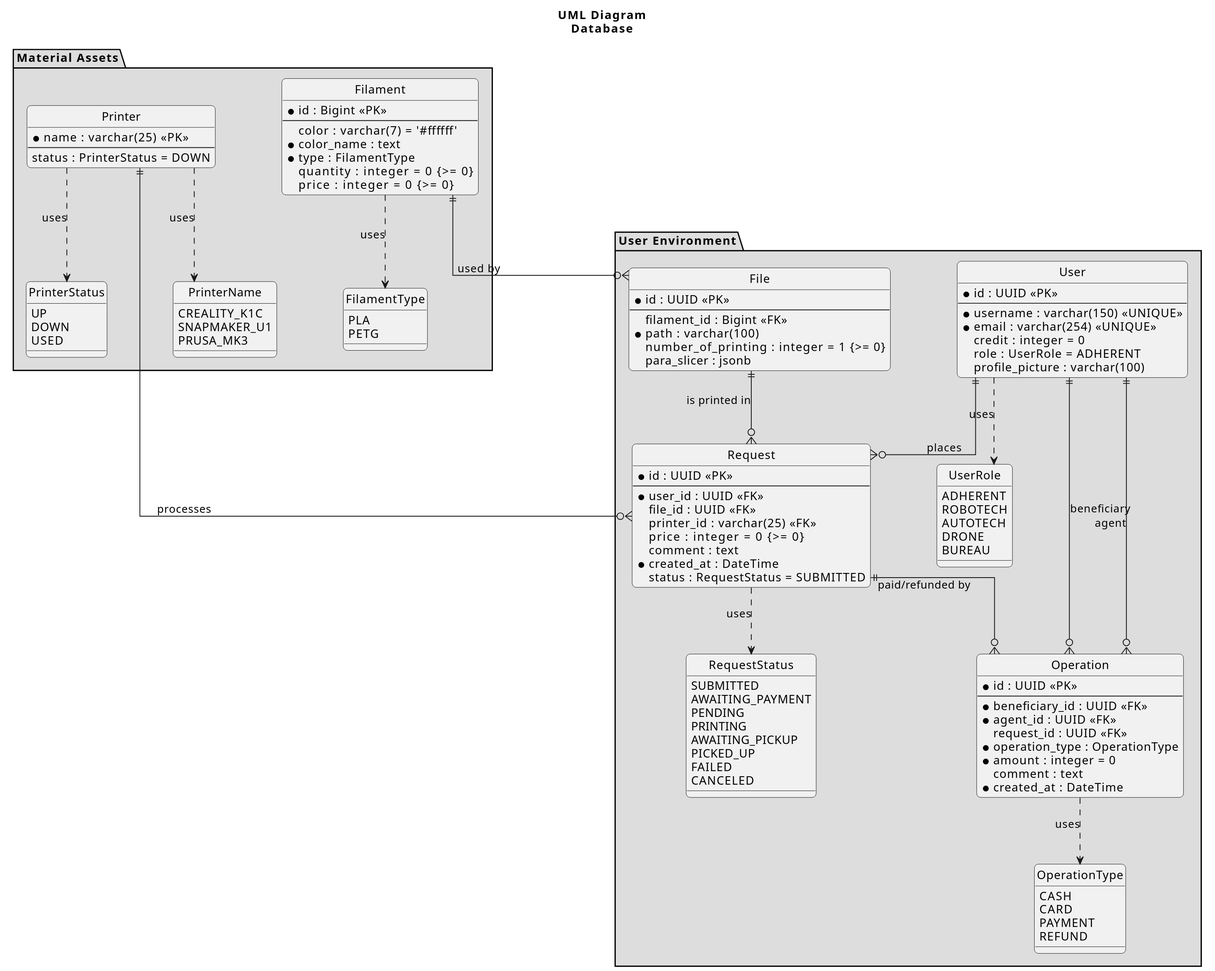
Above: Livrable/diagrams/db-diagram.svg in Association-INTech/prINTech (PlantUML), before the change.
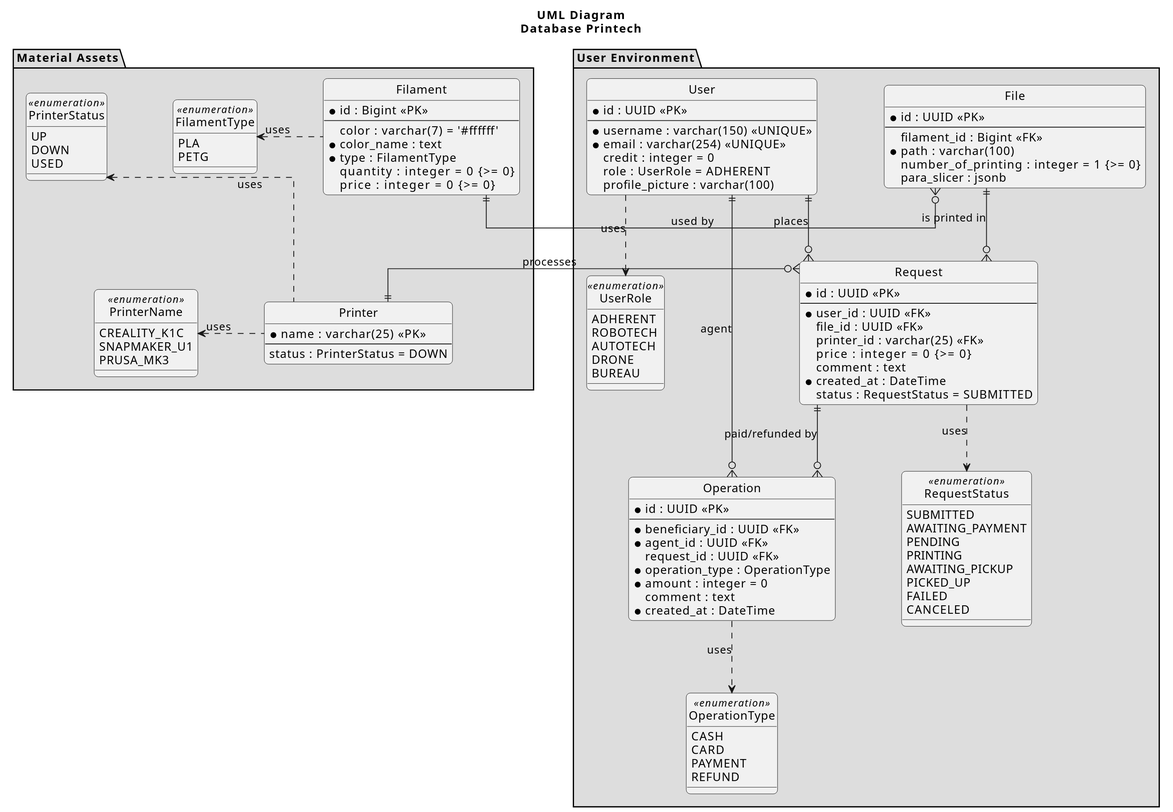
Above is the later version.

Diff of the diagram source:
```diff
@@ -1,5 +1,5 @@
 @startuml
-title UML Diagram\nDatabase
+title UML Diagram\nDatabase Printech
 scale 1.4
 hide circle
 skinparam linetype ortho
@@ -14,7 +14,7 @@
 
 package "User Environment" #DDDDDD {
 
-    enum UserRole {
+    enum UserRole <<enumeration>> {
         ADHERENT
         ROBOTECH
         AUTOTECH
@@ -22,7 +22,7 @@
         BUREAU
     }
 
-    enum RequestStatus {
+    enum RequestStatus <<enumeration>> {
         SUBMITTED
         AWAITING_PAYMENT
         PENDING
@@ -33,7 +33,7 @@
         CANCELED
     }
 
-    enum OperationType {
+    enum OperationType <<enumeration>> {
         CASH
         CARD
         PAYMENT
@@ -101,18 +101,18 @@
         price : integer = 0 {>= 0}
     }
 
-    enum FilamentType {
+    enum FilamentType <<enumeration>> {
         PLA
         PETG
     }
 
-    enum PrinterName {
+    enum PrinterName <<enumeration>> {
         CREALITY_K1C
         SNAPMAKER_U1
         PRUSA_MK3
     }
 
-    enum PrinterStatus {
+    enum PrinterStatus <<enumeration>> {
         UP
         DOWN
         USED
@@ -120,18 +120,18 @@
 }
 
 user ||--o{ request : "places"
-user ||--o{ operation : "beneficiary"
+
 user ||--o{ operation : "agent"
 
 file ||--o{ request : "is printed in"
-filament ||--o{ file : "used by"
-printer ||--o{ request : "processes"
+filament ||-r-o{ file : "used by"
+printer ||-r-o{ request : "processes"
 request ||--o{ operation : "paid/refunded by"
 
 user ..> UserRole : uses
 request ..> RequestStatus : uses
 operation ..> OperationType : uses
-printer ..> PrinterStatus : uses
-printer ..> PrinterName : uses
-filament ..> FilamentType : uses
+printer .u.> PrinterStatus : uses
+printer .l.> PrinterName : uses
+filament .l.> FilamentType : uses
 @enduml
```
